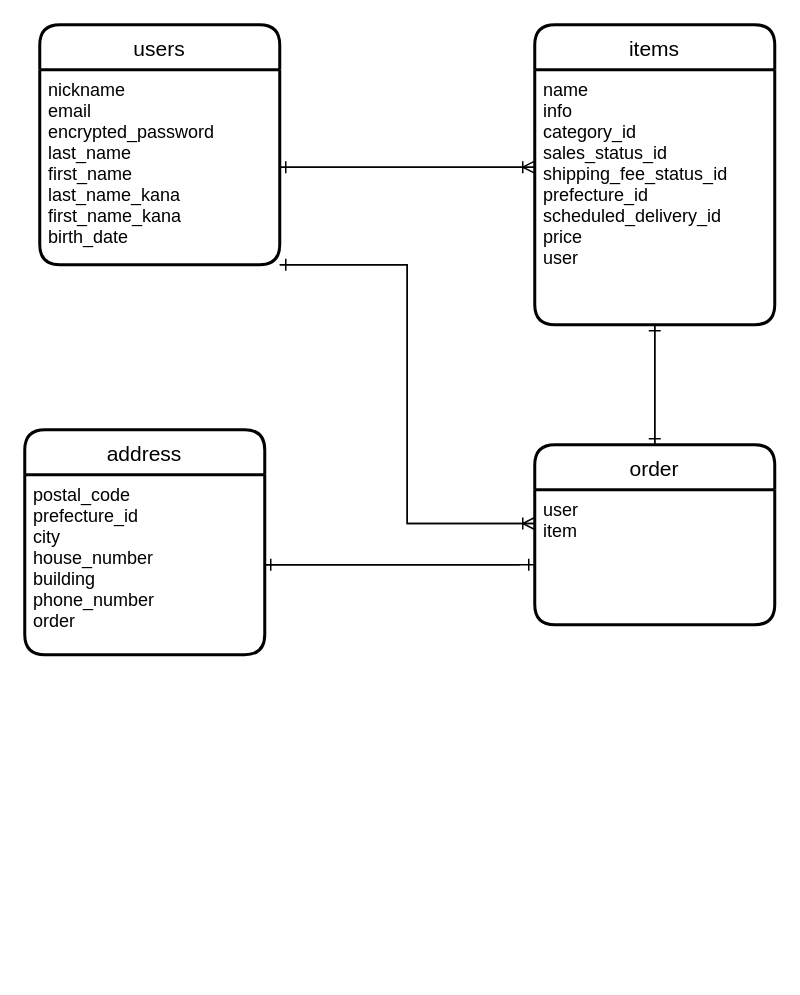
Earlier version of the draw.io diagram ER.dio (d-cho623/furima-35405). Source tidied: cells renumbered, new cells numbered last; positions are measured from the earlier drawing's top-left corner, leaving out a move shared by most shapes. Both pictures are drawn from the tidied source at 150%, with x=0, y=0 at pixel (24, 24).
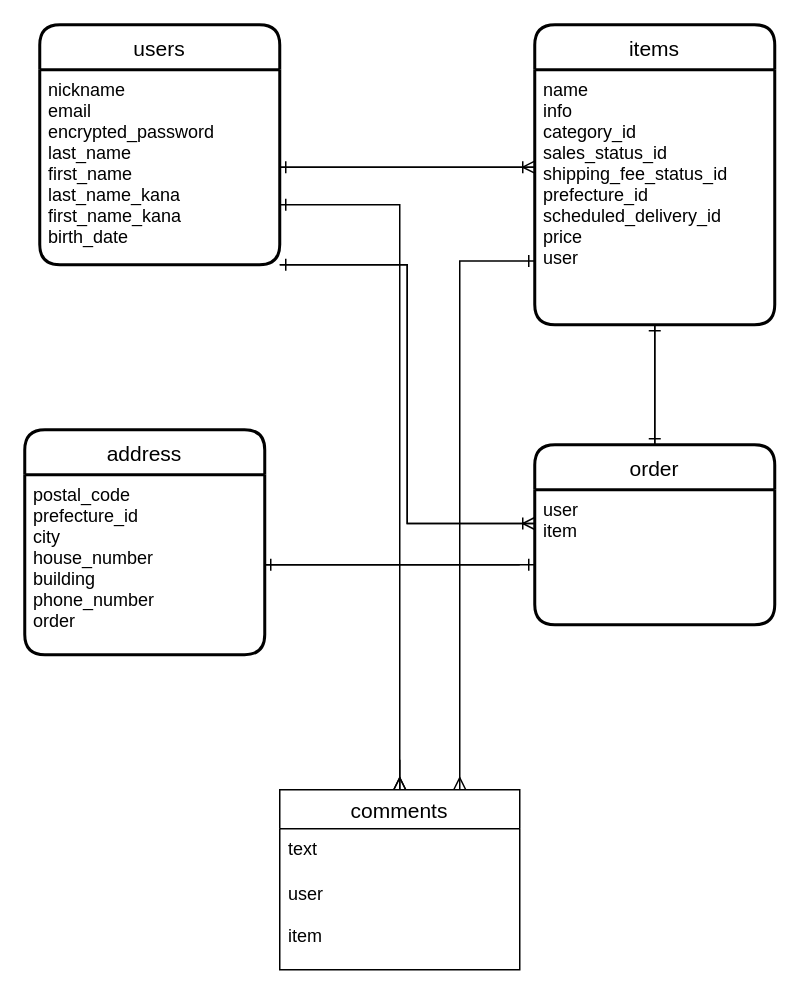
After the change.

The change refers to these unchanged cells:
```xml
<mxCell id="5" value="name&#10;info&#10;category_id&#10;sales_status_id&#10;shipping_fee_status_id&#10;prefecture_id&#10;scheduled_delivery_id&#10;price&#10;user" style="align=left;strokeColor=none;fillColor=none;spacingLeft=4;fontSize=12;verticalAlign=top;" parent="4" vertex="1">
  <mxGeometry y="30" width="160" height="170" as="geometry" />
</mxCell>
```

Diff of the diagram source:
```diff
@@
+    <mxCell id="18" style="edgeStyle=orthogonalEdgeStyle;rounded=0;jettySize=auto;html=1;endArrow=ERmany;endFill=0;" parent="1" edge="1" source="19">
+      <mxGeometry relative="1" as="geometry">
+        <mxPoint x="250" y="510" as="targetPoint" />
+      </mxGeometry>
+    </mxCell>
+    <mxCell id="19" value="comments" style="swimlane;fontStyle=0;horizontal=1;startSize=26;align=center;fontSize=14;" parent="1" vertex="1">
+      <mxGeometry x="170" y="510" width="160" height="120" as="geometry" />
+    </mxCell>
+    <mxCell id="20" value="text" style="text;strokeColor=none;fillColor=none;spacingLeft=4;spacingRight=4;overflow=hidden;fontSize=12;" parent="19" vertex="1">
+      <mxGeometry y="26" width="160" height="30" as="geometry" />
+    </mxCell>
+    <mxCell id="21" value="user&#10;&#10;item" style="text;strokeColor=none;fillColor=none;spacingLeft=4;spacingRight=4;overflow=hidden;fontSize=12;" parent="19" vertex="1">
+      <mxGeometry y="56" width="160" height="64" as="geometry" />
+    </mxCell>
+    <mxCell id="22" style="edgeStyle=orthogonalEdgeStyle;rounded=0;jettySize=auto;html=1;entryX=0.5;entryY=0;entryDx=0;entryDy=0;endArrow=ERmany;endFill=0;startArrow=ERone;startFill=0;" parent="1" edge="1" target="19">
+      <mxGeometry relative="1" as="geometry">
+        <mxPoint x="170" y="120" as="sourcePoint" />
+        <Array as="points">
+          <mxPoint x="170" y="120" />
+          <mxPoint x="250" y="120" />
+        </Array>
+      </mxGeometry>
+    </mxCell>
+    <mxCell id="23" style="edgeStyle=orthogonalEdgeStyle;rounded=0;jettySize=auto;html=1;exitX=0;exitY=0.75;exitDx=0;exitDy=0;endArrow=ERmany;endFill=0;entryX=0.75;entryY=0;entryDx=0;entryDy=0;startArrow=ERone;startFill=0;" parent="1" edge="1" source="5" target="19">
+      <mxGeometry relative="1" as="geometry" />
+    </mxCell>
```
